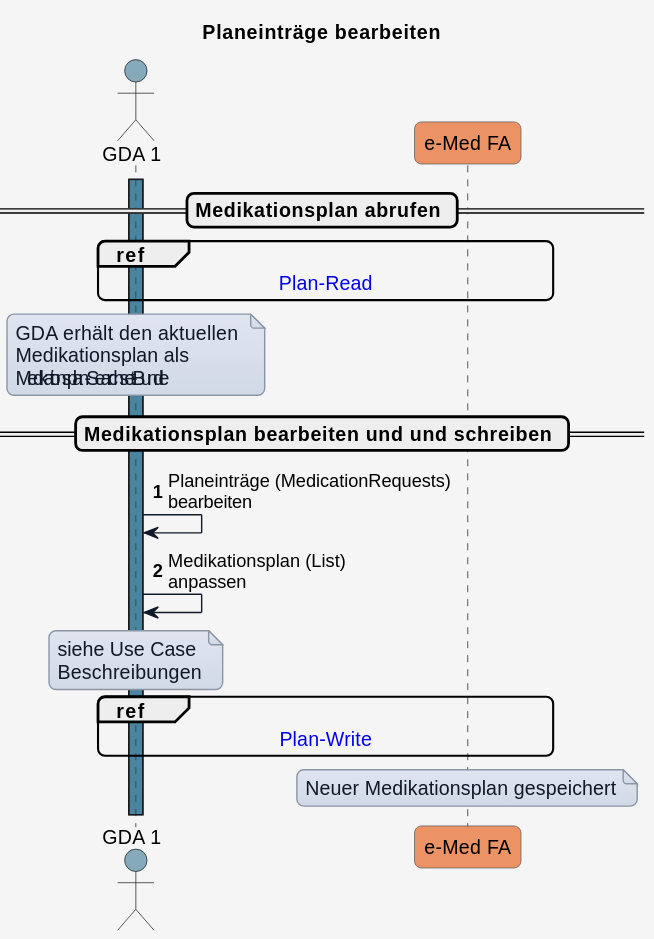
HL7Austria/ELGA-e-Medikation-R4 keeps this PlantUML diagram as input/images/plantuml/UC_eMed_02_02.svg. Above is the earlier version.
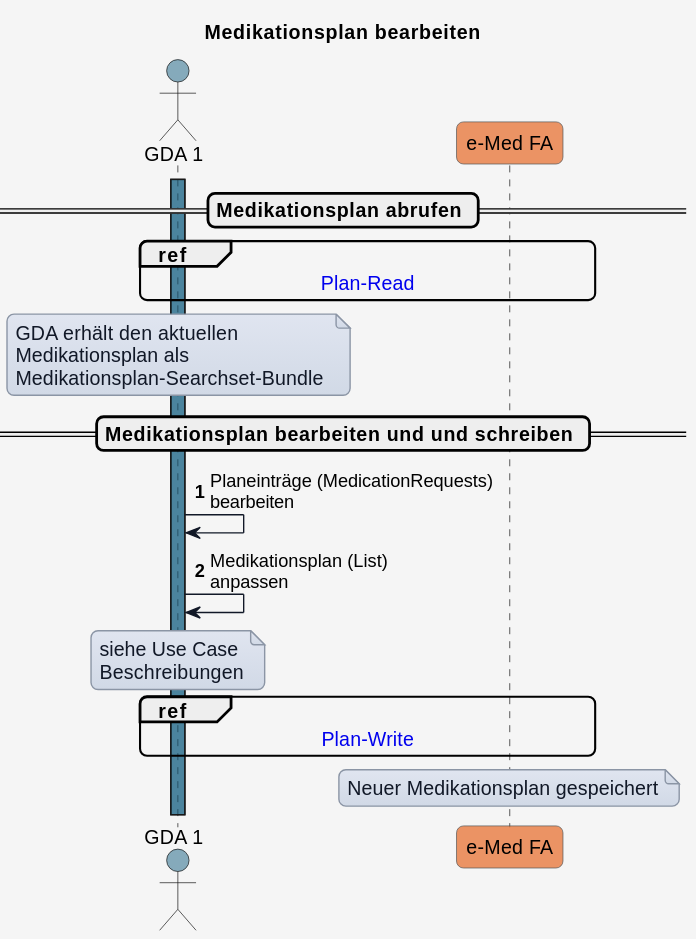
Above is the later version.

What changed in the source:
```diff
@@ -1,5 +1,5 @@
 @startuml
-title Planeinträge bearbeiten
+title Medikationsplan bearbeiten
 
 
 skinparam borderColor #000000
@@ -64,7 +64,7 @@
 note over GDA_1
 GDA erhält den aktuellen
 Medikationsplan als
-Collection Bundle
+Medikationsplan-Searchset-Bundle
 end note
 
 == Medikationsplan bearbeiten und und schreiben ==
```
